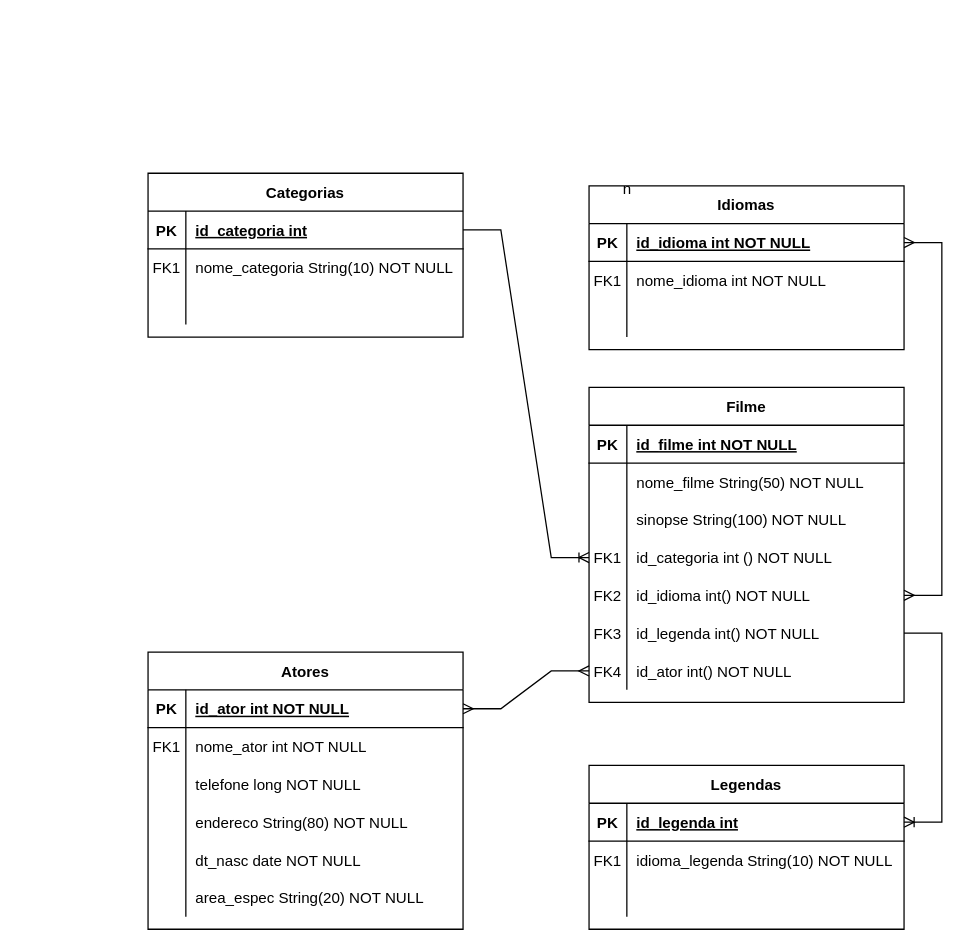
Before: catalogo_filmes.drawio in adrianopspadilha/BDR-W, a draw.io diagram. Source tidied: cells renumbered, new cells numbered last; positions are measured from the earlier drawing's top-left corner, leaving out a move shared by most shapes. Both pictures are drawn from the tidied source at 126%, with x=0, y=0 at pixel (147, 170).
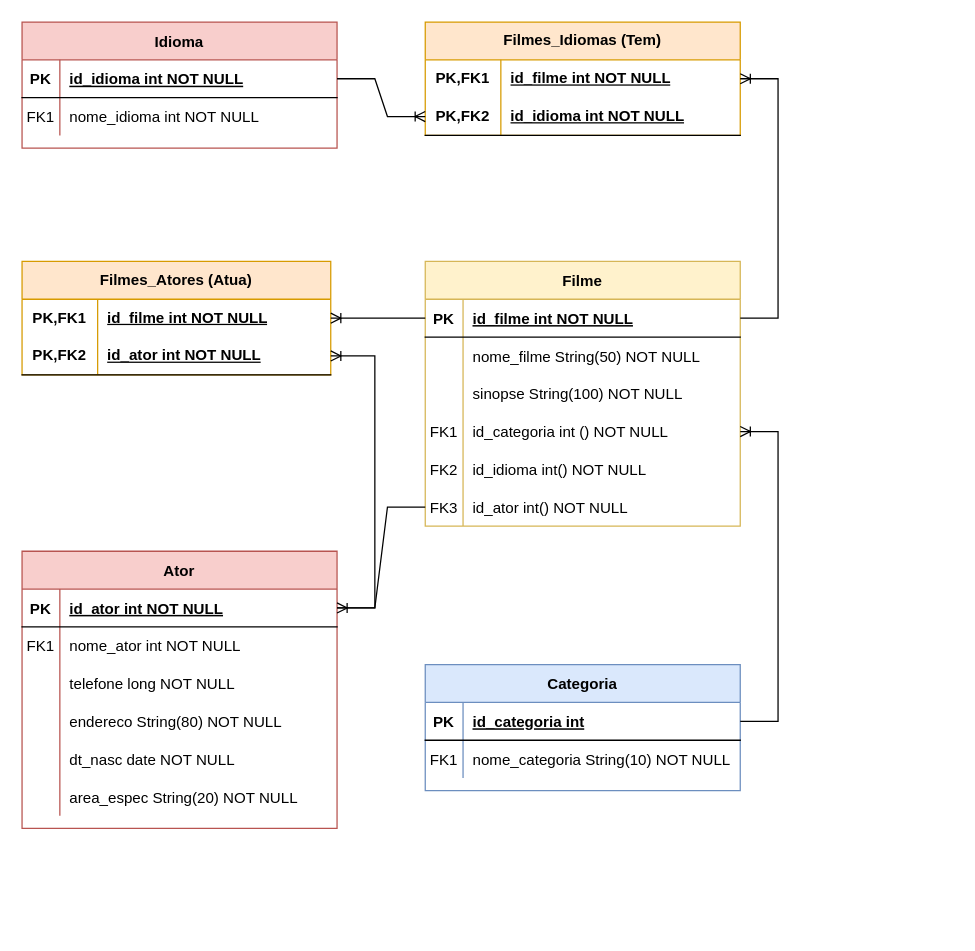
The same diagram, later.

Unchanged cells that the change refers to:
```xml
<mxCell id="3" style="shape=partialRectangle;fillColor=none;points=[[0,0.5],[1,0.5]];portConstraint=eastwest;top=0;left=0;right=0;bottom=1;" parent="2" vertex="1">
  <mxGeometry y="30" width="250" height="30" as="geometry" />
</mxCell>
<mxCell id="22" style="shape=partialRectangle;fillColor=none;points=[[0,0.5],[1,0.5]];portConstraint=eastwest;top=0;left=0;right=0;bottom=1;" parent="21" vertex="1">
  <mxGeometry y="30" width="250" height="30" as="geometry" />
</mxCell>
<mxCell id="32" style="shape=partialRectangle;fillColor=none;points=[[0,0.5],[1,0.5]];portConstraint=eastwest;top=0;left=0;right=0;bottom=1;" parent="31" vertex="1">
  <mxGeometry y="30" width="250" height="30" as="geometry" />
</mxCell>
<mxCell id="44" style="shape=partialRectangle;fillColor=none;points=[[0,0.5],[1,0.5]];portConstraint=eastwest;top=0;left=0;right=0;bottom=0;" parent="31" vertex="1">
  <mxGeometry y="150" width="250" height="30" as="geometry" />
</mxCell>
<mxCell id="47" style="shape=partialRectangle;fillColor=none;points=[[0,0.5],[1,0.5]];portConstraint=eastwest;top=0;left=0;right=0;bottom=0;" parent="31" vertex="1">
  <mxGeometry y="180" width="250" height="30" as="geometry" />
</mxCell>
```

The edit, as a diff of the source:
```diff
@@
-    <mxCell id="2" value="Atores" style="shape=table;startSize=30;childLayout=tableLayout;rowLines=0;fontStyle=1;align=center;" parent="1" vertex="1">
-      <mxGeometry y="382" width="250" height="220" as="geometry" />
+    <mxCell id="2" value="Ator" style="shape=table;startSize=30;childLayout=tableLayout;rowLines=0;fontStyle=1;align=center;fillColor=#f8cecc;strokeColor=#b85450;" parent="1" vertex="1">
+      <mxGeometry x="-100" y="302" width="250" height="220" as="geometry" />
     </mxCell>
@@
-    <mxCell id="21" value="Idiomas" style="shape=table;startSize=30;childLayout=tableLayout;rowLines=0;fontStyle=1;align=center;" parent="1" vertex="1">
-      <mxGeometry x="350" y="12" width="250" height="130" as="geometry" />
+    <mxCell id="21" value="Idioma" style="shape=table;startSize=30;childLayout=tableLayout;rowLines=0;fontStyle=1;align=center;fillColor=#f8cecc;strokeColor=#b85450;" parent="1" vertex="1">
+      <mxGeometry x="-100" y="-118" width="250" height="100" as="geometry" />
     </mxCell>
@@
-    <mxCell id="28" style="shape=partialRectangle;fillColor=none;top=0;left=0;right=0;bottom=0;" parent="21" vertex="1">
-      <mxGeometry y="90" width="250" height="30" as="geometry" />
-    </mxCell>
-    <mxCell id="29" style="shape=partialRectangle;overflow=hidden;fillColor=none;top=0;left=0;bottom=0;right=0;" parent="28" vertex="1">
-      <mxGeometry width="30" height="30" as="geometry" />
-    </mxCell>
-    <mxCell id="30" style="shape=partialRectangle;overflow=hidden;fillColor=none;top=0;left=0;bottom=0;right=0;align=left;spacingLeft=6;" parent="28" vertex="1">
-      <mxGeometry x="30" width="220" height="30" as="geometry" />
-    </mxCell>
-    <mxCell id="31" value="Filme" style="shape=table;startSize=30;childLayout=tableLayout;rowLines=0;fontStyle=1;align=center;" parent="1" vertex="1">
-      <mxGeometry x="350" y="172" width="250" height="250" as="geometry" />
+    <mxCell id="31" value="Filme" style="shape=table;startSize=30;childLayout=tableLayout;rowLines=0;fontStyle=1;align=center;fillColor=#fff2cc;strokeColor=#d6b656;" parent="1" vertex="1">
+      <mxGeometry x="220" y="72" width="250" height="210" as="geometry" />
     </mxCell>
@@
-    <mxCell id="49" value="id_legenda int() NOT NULL" style="shape=partialRectangle;overflow=hidden;fillColor=none;top=0;left=0;bottom=0;right=0;align=left;spacingLeft=6;" parent="47" vertex="1">
+    <mxCell id="49" value="id_ator int() NOT NULL" style="shape=partialRectangle;overflow=hidden;fillColor=none;top=0;left=0;bottom=0;right=0;align=left;spacingLeft=6;" parent="47" vertex="1">
       <mxGeometry x="30" width="220" height="30" as="geometry" />
     </mxCell>
-    <mxCell id="50" style="shape=partialRectangle;fillColor=none;points=[[0,0.5],[1,0.5]];portConstraint=eastwest;top=0;left=0;right=0;bottom=0;" parent="31" vertex="1">
-      <mxGeometry y="210" width="250" height="30" as="geometry" />
-    </mxCell>
-    <mxCell id="51" value="FK4" style="shape=partialRectangle;overflow=hidden;fillColor=none;top=0;left=0;bottom=0;right=0;" parent="50" vertex="1">
-      <mxGeometry width="30" height="30" as="geometry" />
-    </mxCell>
-    <mxCell id="52" value="id_ator int() NOT NULL" style="shape=partialRectangle;overflow=hidden;fillColor=none;top=0;left=0;bottom=0;right=0;align=left;spacingLeft=6;" parent="50" vertex="1">
-      <mxGeometry x="30" width="220" height="30" as="geometry" />
-    </mxCell>
-    <mxCell id="53" value="Legendas" style="shape=table;startSize=30;childLayout=tableLayout;rowLines=0;fontStyle=1;align=center;" parent="1" vertex="1">
-      <mxGeometry x="350" y="472" width="250" height="130" as="geometry" />
-    </mxCell>
-    <mxCell id="54" style="shape=partialRectangle;fillColor=none;points=[[0,0.5],[1,0.5]];portConstraint=eastwest;top=0;left=0;right=0;bottom=1;" parent="53" vertex="1">
-      <mxGeometry y="30" width="250" height="30" as="geometry" />
-    </mxCell>
-    <mxCell id="55" value="PK" style="shape=partialRectangle;overflow=hidden;fillColor=none;top=0;left=0;bottom=0;right=0;fontStyle=1;" parent="54" vertex="1">
-      <mxGeometry width="30" height="30" as="geometry" />
-    </mxCell>
-    <mxCell id="56" value="id_legenda int" style="shape=partialRectangle;overflow=hidden;fillColor=none;top=0;left=0;bottom=0;right=0;align=left;spacingLeft=6;fontStyle=5;" parent="54" vertex="1">
-      <mxGeometry x="30" width="220" height="30" as="geometry" />
-    </mxCell>
-    <mxCell id="57" style="shape=partialRectangle;fillColor=none;top=0;left=0;right=0;bottom=0;" parent="53" vertex="1">
-      <mxGeometry y="60" width="250" height="30" as="geometry" />
-    </mxCell>
-    <mxCell id="58" value="FK1" style="shape=partialRectangle;overflow=hidden;fillColor=none;top=0;left=0;bottom=0;right=0;" parent="57" vertex="1">
-      <mxGeometry width="30" height="30" as="geometry" />
-    </mxCell>
-    <mxCell id="59" value="idioma_legenda String(10) NOT NULL" style="shape=partialRectangle;overflow=hidden;fillColor=none;top=0;left=0;bottom=0;right=0;align=left;spacingLeft=6;" parent="57" vertex="1">
-      <mxGeometry x="30" width="220" height="30" as="geometry" />
-    </mxCell>
-    <mxCell id="60" style="shape=partialRectangle;fillColor=none;top=0;left=0;right=0;bottom=0;" parent="53" vertex="1">
-      <mxGeometry y="90" width="250" height="30" as="geometry" />
-    </mxCell>
-    <mxCell id="61" style="shape=partialRectangle;overflow=hidden;fillColor=none;top=0;left=0;bottom=0;right=0;" parent="60" vertex="1">
-      <mxGeometry width="30" height="30" as="geometry" />
-    </mxCell>
-    <mxCell id="62" style="shape=partialRectangle;overflow=hidden;fillColor=none;top=0;left=0;bottom=0;right=0;align=left;spacingLeft=6;" parent="60" vertex="1">
-      <mxGeometry x="30" width="220" height="30" as="geometry" />
-    </mxCell>
-    <mxCell id="63" value="Categorias" style="shape=table;startSize=30;childLayout=tableLayout;rowLines=0;fontStyle=1;align=center;" parent="1" vertex="1">
-      <mxGeometry y="2" width="250" height="130" as="geometry" />
+    <mxCell id="63" value="Categoria" style="shape=table;startSize=30;childLayout=tableLayout;rowLines=0;fontStyle=1;align=center;fillColor=#dae8fc;strokeColor=#6c8ebf;" parent="1" vertex="1">
+      <mxGeometry x="220" y="392" width="250" height="100" as="geometry" />
     </mxCell>
@@
-    <mxCell id="70" style="shape=partialRectangle;fillColor=none;top=0;left=0;right=0;bottom=0;" parent="63" vertex="1">
-      <mxGeometry y="90" width="250" height="30" as="geometry" />
-    </mxCell>
-    <mxCell id="71" style="shape=partialRectangle;overflow=hidden;fillColor=none;top=0;left=0;bottom=0;right=0;" parent="70" vertex="1">
-      <mxGeometry width="30" height="30" as="geometry" />
-    </mxCell>
-    <mxCell id="72" style="shape=partialRectangle;overflow=hidden;fillColor=none;top=0;left=0;bottom=0;right=0;align=left;spacingLeft=6;" parent="70" vertex="1">
-      <mxGeometry x="30" width="220" height="30" as="geometry" />
-    </mxCell>
-    <mxCell id="73" value="n" style="text;html=1;align=center;verticalAlign=middle;strokeColor=none;fillColor=none;" parent="1" vertex="1">
-      <mxGeometry x="365" width="30" height="30" as="geometry" />
-    </mxCell>
-    <mxCell id="74" style="edgeStyle=entityRelationEdgeStyle;fontSize=12;html=1;endArrow=ERmany;startArrow=ERmany;rounded=0;" parent="1" edge="1" source="3" target="50">
-      <mxGeometry relative="1" as="geometry" />
-    </mxCell>
-    <mxCell id="75" style="edgeStyle=entityRelationEdgeStyle;fontSize=12;html=1;endArrow=ERmany;startArrow=ERmany;rounded=0;" parent="1" edge="1" source="22" target="44">
-      <mxGeometry relative="1" as="geometry" />
-    </mxCell>
-    <mxCell id="76" style="edgeStyle=entityRelationEdgeStyle;fontSize=12;html=1;endArrow=ERoneToMany;rounded=0;" parent="1" edge="1" source="47" target="54">
-      <mxGeometry relative="1" as="geometry" />
-    </mxCell>
@@
+    <mxCell id="78" value="Filmes_Idiomas (Tem)" style="shape=table;startSize=30;childLayout=tableLayout;rowLines=0;fontStyle=1;align=center;html=1;whiteSpace=wrap;fillColor=#ffe6cc;strokeColor=#d79b00;" parent="1" vertex="1">
+      <mxGeometry x="220" y="-118" width="250" height="90" as="geometry" />
+    </mxCell>
+    <mxCell id="79" style="shape=tableRow;horizontal=0;startSize=0;swimlaneHead=0;swimlaneBody=0;fillColor=none;points=[[0,0.5],[1,0.5]];portConstraint=eastwest;top=0;left=0;right=0;bottom=0;html=1;" parent="78" vertex="1">
+      <mxGeometry y="30" width="250" height="30" as="geometry" />
+    </mxCell>
+    <mxCell id="80" value="PK,FK1" style="shape=partialRectangle;fillColor=none;top=0;left=0;bottom=0;right=0;fontStyle=1;overflow=hidden;html=1;whiteSpace=wrap;" parent="79" vertex="1">
+      <mxGeometry width="60" height="30" as="geometry" />
+    </mxCell>
+    <mxCell id="81" value="id_filme int NOT NULL" style="shape=partialRectangle;fillColor=none;top=0;left=0;bottom=0;right=0;align=left;spacingLeft=6;fontStyle=5;overflow=hidden;html=1;whiteSpace=wrap;" parent="79" vertex="1">
+      <mxGeometry x="60" width="190" height="30" as="geometry" />
+    </mxCell>
+    <mxCell id="82" style="shape=tableRow;horizontal=0;startSize=0;swimlaneHead=0;swimlaneBody=0;fillColor=none;points=[[0,0.5],[1,0.5]];portConstraint=eastwest;top=0;left=0;right=0;bottom=1;html=1;" parent="78" vertex="1">
+      <mxGeometry y="60" width="250" height="30" as="geometry" />
+    </mxCell>
+    <mxCell id="83" value="PK,FK2" style="shape=partialRectangle;fillColor=none;top=0;left=0;bottom=0;right=0;fontStyle=1;overflow=hidden;html=1;whiteSpace=wrap;" parent="82" vertex="1">
+      <mxGeometry width="60" height="30" as="geometry" />
+    </mxCell>
+    <mxCell id="84" value="id_idioma int NOT NULL" style="shape=partialRectangle;fillColor=none;top=0;left=0;bottom=0;right=0;align=left;spacingLeft=6;fontStyle=5;overflow=hidden;html=1;whiteSpace=wrap;" parent="82" vertex="1">
+      <mxGeometry x="60" width="190" height="30" as="geometry" />
+    </mxCell>
+    <mxCell id="85" value="Filmes_Atores (Atua)" style="shape=table;startSize=30;childLayout=tableLayout;rowLines=0;fontStyle=1;align=center;html=1;whiteSpace=wrap;fillColor=#ffe6cc;strokeColor=#d79b00;" parent="1" vertex="1">
+      <mxGeometry x="-100" y="72" width="245" height="90" as="geometry" />
+    </mxCell>
+    <mxCell id="86" style="shape=tableRow;horizontal=0;startSize=0;swimlaneHead=0;swimlaneBody=0;fillColor=none;points=[[0,0.5],[1,0.5]];portConstraint=eastwest;top=0;left=0;right=0;bottom=0;html=1;" parent="85" vertex="1">
+      <mxGeometry y="30" width="245" height="30" as="geometry" />
+    </mxCell>
+    <mxCell id="87" value="PK,FK1" style="shape=partialRectangle;fillColor=none;top=0;left=0;bottom=0;right=0;fontStyle=1;overflow=hidden;html=1;whiteSpace=wrap;" parent="86" vertex="1">
+      <mxGeometry width="60" height="30" as="geometry" />
+    </mxCell>
+    <mxCell id="88" value="id_filme int NOT NULL" style="shape=partialRectangle;fillColor=none;top=0;left=0;bottom=0;right=0;align=left;spacingLeft=6;fontStyle=5;overflow=hidden;html=1;whiteSpace=wrap;" parent="86" vertex="1">
+      <mxGeometry x="60" width="185" height="30" as="geometry" />
+    </mxCell>
+    <mxCell id="89" style="shape=tableRow;horizontal=0;startSize=0;swimlaneHead=0;swimlaneBody=0;fillColor=none;points=[[0,0.5],[1,0.5]];portConstraint=eastwest;top=0;left=0;right=0;bottom=1;html=1;" parent="85" vertex="1">
+      <mxGeometry y="60" width="245" height="30" as="geometry" />
+    </mxCell>
+    <mxCell id="90" value="PK,FK2" style="shape=partialRectangle;fillColor=none;top=0;left=0;bottom=0;right=0;fontStyle=1;overflow=hidden;html=1;whiteSpace=wrap;" parent="89" vertex="1">
+      <mxGeometry width="60" height="30" as="geometry" />
+    </mxCell>
+    <mxCell id="91" value="id_ator int NOT NULL" style="shape=partialRectangle;fillColor=none;top=0;left=0;bottom=0;right=0;align=left;spacingLeft=6;fontStyle=5;overflow=hidden;html=1;whiteSpace=wrap;" parent="89" vertex="1">
+      <mxGeometry x="60" width="185" height="30" as="geometry" />
+    </mxCell>
+    <mxCell id="92" style="edgeStyle=entityRelationEdgeStyle;fontSize=12;html=1;endArrow=ERoneToMany;rounded=0;" parent="1" edge="1" source="32" target="86">
+      <mxGeometry relative="1" as="geometry" />
+    </mxCell>
+    <mxCell id="93" style="edgeStyle=entityRelationEdgeStyle;fontSize=12;html=1;endArrow=ERoneToMany;rounded=0;" parent="1" edge="1" source="47" target="3">
+      <mxGeometry relative="1" as="geometry" />
+    </mxCell>
+    <mxCell id="94" style="edgeStyle=entityRelationEdgeStyle;fontSize=12;html=1;endArrow=ERoneToMany;rounded=0;" parent="1" edge="1" source="3" target="89">
+      <mxGeometry relative="1" as="geometry" />
+    </mxCell>
+    <mxCell id="95" style="edgeStyle=entityRelationEdgeStyle;fontSize=12;html=1;endArrow=ERoneToMany;rounded=0;" parent="1" edge="1" source="32" target="79">
+      <mxGeometry relative="1" as="geometry" />
+    </mxCell>
+    <mxCell id="96" style="edgeStyle=entityRelationEdgeStyle;fontSize=12;html=1;endArrow=ERoneToMany;rounded=0;" parent="1" edge="1" source="22" target="82">
+      <mxGeometry relative="1" as="geometry" />
+    </mxCell>
```
